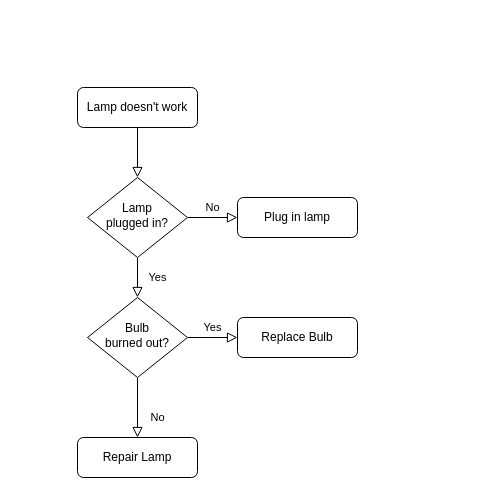
Before: flow1.drawio in igoresz/drawio_diagrams, a draw.io diagram. Source tidied: cells renumbered, new cells numbered last; positions are measured from the earlier drawing's top-left corner, leaving out a move shared by most shapes. Both pictures are drawn from the tidied source at 100%, with x=0, y=0 at pixel (77, 87).
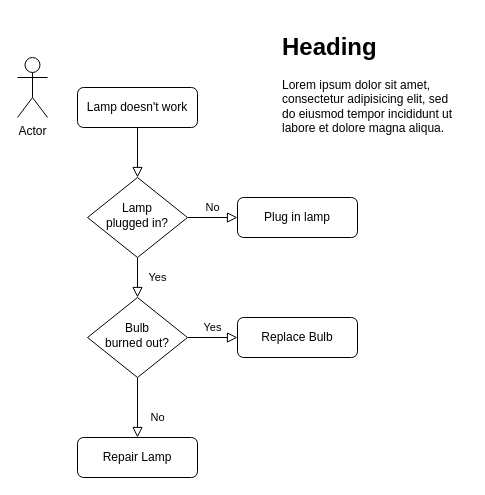
The same diagram, later.

The edit, as a diff of the source:
```diff
@@
 <mxGraphModel>
   <root>
     <mxCell id="0" />
     <mxCell id="1" parent="0" />
     <mxCell id="2" style="rounded=0;html=1;jettySize=auto;fontSize=11;endArrow=block;endFill=0;endSize=8;strokeWidth=1;shadow=0;labelBackgroundColor=none;edgeStyle=orthogonalEdgeStyle;" parent="1" edge="1" source="3" target="6">
       <mxGeometry relative="1" as="geometry" />
     </mxCell>
     <mxCell id="3" value="Lamp doesn't work" style="rounded=1;whiteSpace=wrap;html=1;fontSize=12;glass=0;strokeWidth=1;shadow=0;" parent="1" vertex="1">
       <mxGeometry width="120" height="40" as="geometry" />
     </mxCell>
     <mxCell id="4" value="Yes" style="rounded=0;html=1;jettySize=auto;fontSize=11;endArrow=block;endFill=0;endSize=8;strokeWidth=1;shadow=0;labelBackgroundColor=none;edgeStyle=orthogonalEdgeStyle;" parent="1" edge="1" source="6" target="10">
       <mxGeometry y="20" relative="1" as="geometry" />
     </mxCell>
     <mxCell id="5" value="No" style="edgeStyle=orthogonalEdgeStyle;rounded=0;html=1;jettySize=auto;fontSize=11;endArrow=block;endFill=0;endSize=8;strokeWidth=1;shadow=0;labelBackgroundColor=none;" parent="1" edge="1" source="6" target="7">
       <mxGeometry y="10" relative="1" as="geometry" />
     </mxCell>
     <mxCell id="6" value="Lamp&lt;br&gt;plugged in?" style="rhombus;whiteSpace=wrap;html=1;shadow=0;fontFamily=Helvetica;fontSize=12;align=center;strokeWidth=1;spacing=6;spacingTop=-4;" parent="1" vertex="1">
       <mxGeometry x="10" y="90" width="100" height="80" as="geometry" />
     </mxCell>
     <mxCell id="7" value="Plug in lamp" style="rounded=1;whiteSpace=wrap;html=1;fontSize=12;glass=0;strokeWidth=1;shadow=0;" parent="1" vertex="1">
       <mxGeometry x="160" y="110" width="120" height="40" as="geometry" />
     </mxCell>
     <mxCell id="8" value="No" style="rounded=0;html=1;jettySize=auto;fontSize=11;endArrow=block;endFill=0;endSize=8;strokeWidth=1;shadow=0;labelBackgroundColor=none;edgeStyle=orthogonalEdgeStyle;" parent="1" edge="1" source="10" target="11">
       <mxGeometry x="0.33" y="20" relative="1" as="geometry" />
     </mxCell>
     <mxCell id="9" value="Yes" style="edgeStyle=orthogonalEdgeStyle;rounded=0;html=1;jettySize=auto;fontSize=11;endArrow=block;endFill=0;endSize=8;strokeWidth=1;shadow=0;labelBackgroundColor=none;" parent="1" edge="1" source="10" target="12">
       <mxGeometry y="10" relative="1" as="geometry" />
     </mxCell>
     <mxCell id="10" value="Bulb&lt;br&gt;burned out?" style="rhombus;whiteSpace=wrap;html=1;shadow=0;fontFamily=Helvetica;fontSize=12;align=center;strokeWidth=1;spacing=6;spacingTop=-4;" parent="1" vertex="1">
       <mxGeometry x="10" y="210" width="100" height="80" as="geometry" />
     </mxCell>
     <mxCell id="11" value="Repair Lamp" style="rounded=1;whiteSpace=wrap;html=1;fontSize=12;glass=0;strokeWidth=1;shadow=0;" parent="1" vertex="1">
       <mxGeometry y="350" width="120" height="40" as="geometry" />
     </mxCell>
     <mxCell id="12" value="Replace Bulb" style="rounded=1;whiteSpace=wrap;html=1;fontSize=12;glass=0;strokeWidth=1;shadow=0;" parent="1" vertex="1">
       <mxGeometry x="160" y="230" width="120" height="40" as="geometry" />
     </mxCell>
+    <mxCell id="13" value="&lt;h1&gt;Heading&lt;/h1&gt;&lt;p&gt;Lorem ipsum dolor sit amet, consectetur adipisicing elit, sed do eiusmod tempor incididunt ut labore et dolore magna aliqua.&lt;/p&gt;" style="text;html=1;strokeColor=none;fillColor=none;spacing=5;spacingTop=-20;whiteSpace=wrap;overflow=hidden;rounded=0;" parent="1" vertex="1">
+      <mxGeometry x="200" y="-60" width="190" height="120" as="geometry" />
+    </mxCell>
+    <mxCell id="14" value="Actor" style="shape=umlActor;verticalLabelPosition=bottom;verticalAlign=top;html=1;" parent="1" vertex="1">
+      <mxGeometry x="-60" y="-30" width="30" height="60" as="geometry" />
+    </mxCell>
   </root>
 </mxGraphModel>
```
